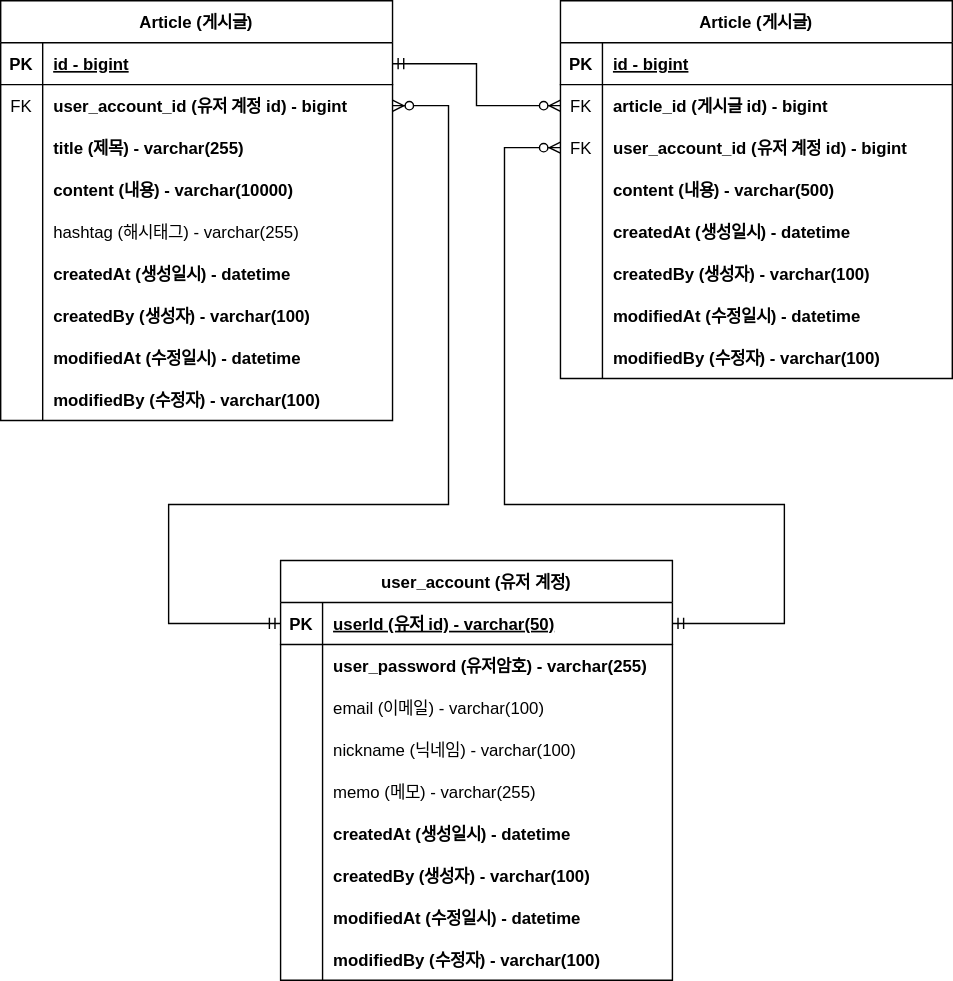
Earlier version of the draw.io export document/project-board-erd.svg (cpwoo/ProjectBoard). Source tidied: cells renumbered, new cells last; positions are measured from the earlier drawing's top-left corner, leaving out a move shared by most shapes.
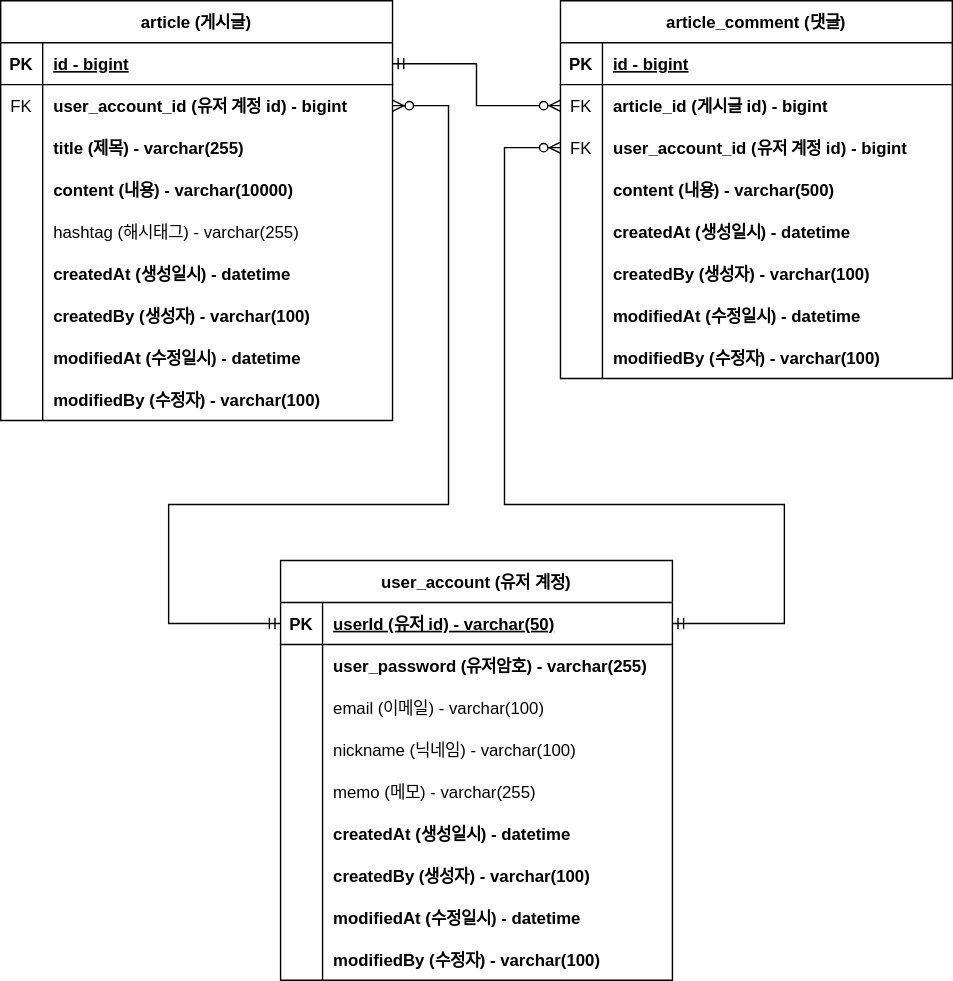
Above is the later version.

Commit message:
#52 - project-board-erd.svg: 테이블 오타 수정

Change to the diagram source:
```diff
@@ -2,7 +2,7 @@
   <root>
     <mxCell id="0" />
     <mxCell id="1" parent="0" />
-    <mxCell id="2" value="Article (게시글)" style="shape=table;startSize=30;rowLines=0;fontStyle=1;align=center;" parent="1" vertex="1">
+    <mxCell id="2" value="article (게시글)" style="shape=table;startSize=30;rowLines=0;fontStyle=1;align=center;" parent="1" vertex="1">
       <mxGeometry width="280" height="300" as="geometry" />
     </mxCell>
     <mxCell id="3" style="shape=tableRow;horizontal=0;startSize=0;swimlaneHead=0;swimlaneBody=0;fillColor=none;points=[[0,0.5],[1,0.5]];portConstraint=eastwest;top=0;left=0;right=0;bottom=1;" parent="2" vertex="1">
@@ -86,7 +86,7 @@
     <mxCell id="29" value="modifiedBy (수정자) - varchar(100)" style="shape=partialRectangle;fillColor=none;top=0;left=0;bottom=0;right=0;align=left;spacingLeft=6;overflow=hidden;fontStyle=1;" parent="27" vertex="1">
       <mxGeometry x="30" width="250" height="30" as="geometry" />
     </mxCell>
-    <mxCell id="30" value="Article (게시글)" style="shape=table;startSize=30;rowLines=0;fontStyle=1;align=center;" parent="1" vertex="1">
+    <mxCell id="30" value="article_comment (댓글)" style="shape=table;startSize=30;rowLines=0;fontStyle=1;align=center;" parent="1" vertex="1">
       <mxGeometry x="400" width="280" height="270" as="geometry" />
     </mxCell>
     <mxCell id="31" style="shape=tableRow;horizontal=0;startSize=0;swimlaneHead=0;swimlaneBody=0;fillColor=none;top=0;left=0;right=0;bottom=1;" parent="30" vertex="1">
```
